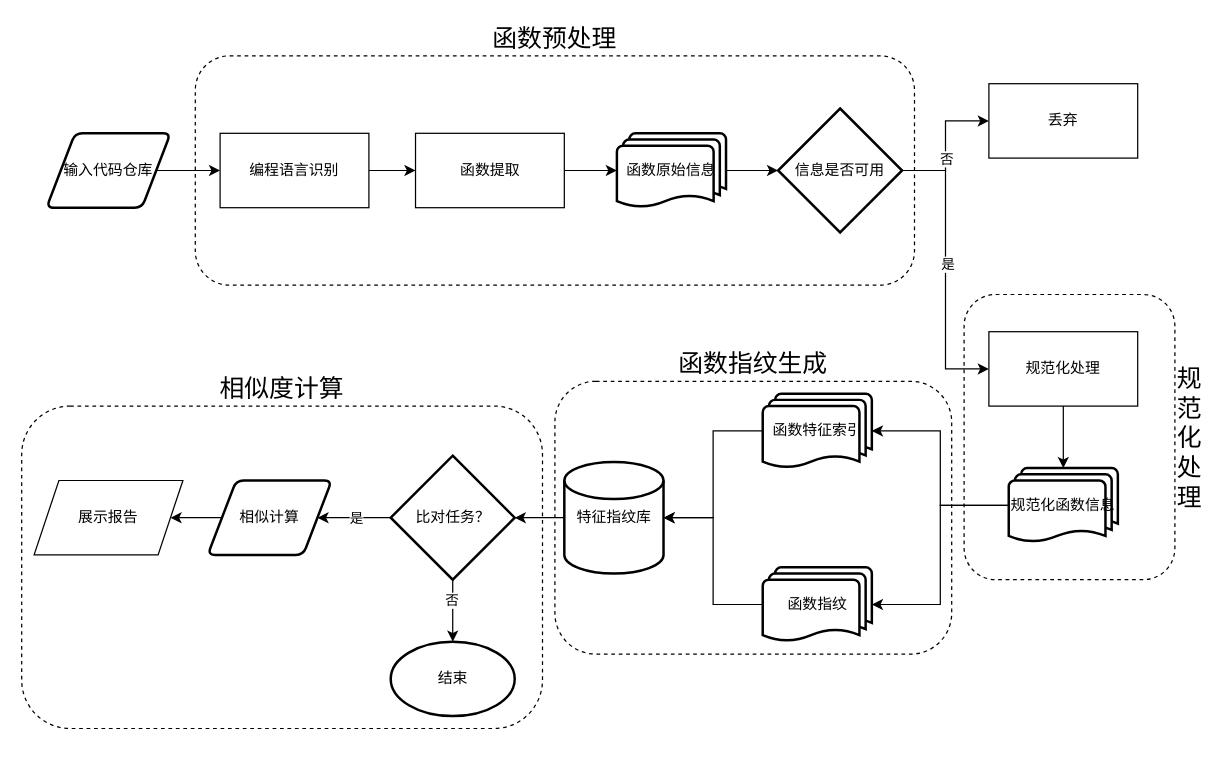
This is 设计流程图.drawio from wanghaoxu001/cloudimg, a draw.io file, before an edit. Source tidied: cells renumbered, new cells numbered last; positions are measured from the earlier drawing's top-left corner, leaving out a move shared by most shapes. Both pictures are drawn from the tidied source at 124%, with x=0, y=0 at pixel (21, 56).
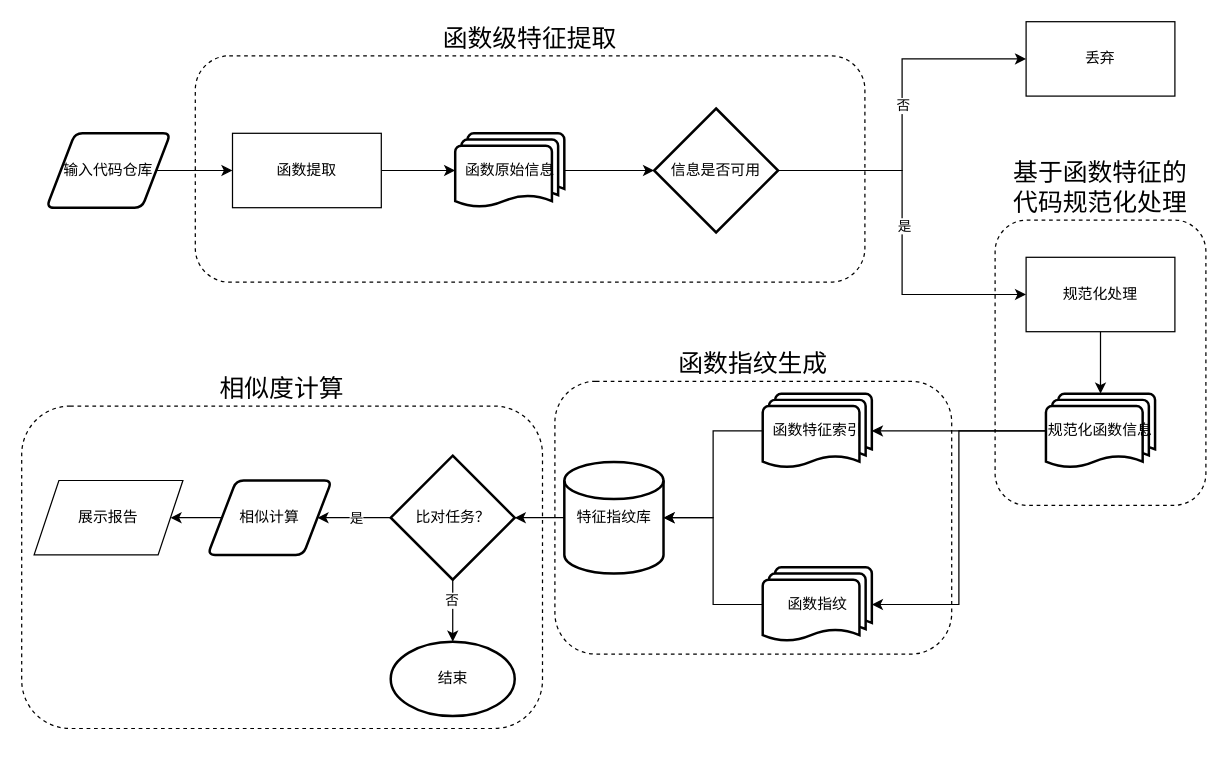
Above is the later version.

Commit message:
更新设计流程图.drawio

Unchanged cells that the change refers to:
```xml
<mxCell id="36" value="输入代码仓库" style="shape=parallelogram;html=1;strokeWidth=2;perimeter=parallelogramPerimeter;whiteSpace=wrap;rounded=1;arcSize=12;size=0.23;" parent="1" vertex="1">
  <mxGeometry x="20" y="62" width="100" height="60" as="geometry" />
</mxCell>
```

Diff of the diagram source:
```diff
@@
-    <mxCell id="4" value="规&lt;br&gt;范&lt;br&gt;化&lt;br&gt;处&lt;br&gt;理" style="rounded=1;whiteSpace=wrap;html=1;dashed=1;fontSize=20;labelPosition=right;verticalLabelPosition=middle;align=left;verticalAlign=middle;" parent="1" vertex="1">
-      <mxGeometry x="760" y="192" width="170" height="230" as="geometry" />
+    <mxCell id="4" value="基于函数特征的&lt;br&gt;代码规范化处理&lt;span style=&quot;font-size: medium;&quot;&gt;&lt;/span&gt;" style="rounded=1;html=1;dashed=1;fontSize=20;labelPosition=center;verticalLabelPosition=top;align=center;verticalAlign=bottom;horizontal=1;whiteSpace=wrap;" parent="1" vertex="1">
+      <mxGeometry x="785" y="132" width="170" height="230" as="geometry" />
     </mxCell>
-    <mxCell id="5" value="函数预处理" style="rounded=1;whiteSpace=wrap;html=1;dashed=1;labelPosition=center;verticalLabelPosition=top;align=center;verticalAlign=bottom;fontSize=20;" parent="1" vertex="1">
-      <mxGeometry x="140" y="-0.5" width="580" height="185" as="geometry" />
+    <mxCell id="5" value="函数级特征提取&lt;span style=&quot;font-size: medium; text-align: start;&quot;&gt;&lt;/span&gt;" style="rounded=1;whiteSpace=wrap;html=1;dashed=1;labelPosition=center;verticalLabelPosition=top;align=center;verticalAlign=bottom;fontSize=20;" parent="1" vertex="1">
+      <mxGeometry x="140" y="-0.5" width="540" height="182.5" as="geometry" />
     </mxCell>
@@
     <mxCell id="7" value="函数原始信息" style="strokeWidth=2;html=1;shape=mxgraph.flowchart.multi-document;whiteSpace=wrap;" parent="1" vertex="1">
-      <mxGeometry x="480" y="62" width="88" height="60" as="geometry" />
+      <mxGeometry x="349.6" y="62" width="88" height="60" as="geometry" />
     </mxCell>
     <mxCell id="8" style="edgeStyle=orthogonalEdgeStyle;rounded=0;jettySize=auto;html=1;entryX=0;entryY=0.5;entryDx=0;entryDy=0;" parent="1" edge="1" source="12" target="32">
-      <mxGeometry relative="1" as="geometry" />
+      <mxGeometry relative="1" as="geometry">
+        <Array as="points">
+          <mxPoint x="710" y="92" />
+          <mxPoint x="710" y="2" />
+        </Array>
+      </mxGeometry>
     </mxCell>
@@
     <mxCell id="10" style="edgeStyle=orthogonalEdgeStyle;rounded=0;jettySize=auto;html=1;entryX=0;entryY=0.5;entryDx=0;entryDy=0;" parent="1" edge="1" source="12" target="34">
-      <mxGeometry relative="1" as="geometry" />
+      <mxGeometry relative="1" as="geometry">
+        <Array as="points">
+          <mxPoint x="710" y="92" />
+          <mxPoint x="710" y="192" />
+        </Array>
+      </mxGeometry>
     </mxCell>
@@
     <mxCell id="12" value="信息是否可用" style="strokeWidth=2;html=1;shape=mxgraph.flowchart.decision;whiteSpace=wrap;" parent="1" vertex="1">
-      <mxGeometry x="610" y="42" width="100" height="100" as="geometry" />
+      <mxGeometry x="510" y="42" width="100" height="100" as="geometry" />
     </mxCell>
@@
     <mxCell id="15" value="规范化函数信息" style="strokeWidth=2;html=1;shape=mxgraph.flowchart.multi-document;whiteSpace=wrap;" parent="1" vertex="1">
-      <mxGeometry x="796" y="332" width="88" height="60" as="geometry" />
+      <mxGeometry x="826" y="272" width="88" height="60" as="geometry" />
     </mxCell>
@@
     <mxCell id="31" value="函数提取" style="rounded=0;whiteSpace=wrap;html=1;" parent="1" vertex="1">
-      <mxGeometry x="317.6" y="62" width="120" height="60" as="geometry" />
+      <mxGeometry x="170" y="62" width="120" height="60" as="geometry" />
     </mxCell>
     <mxCell id="32" value="丢弃" style="rounded=0;whiteSpace=wrap;html=1;" parent="1" vertex="1">
-      <mxGeometry x="780" y="22" width="120" height="60" as="geometry" />
+      <mxGeometry x="810" y="-28" width="120" height="60" as="geometry" />
     </mxCell>
@@
     <mxCell id="34" value="规范化处理" style="rounded=0;whiteSpace=wrap;html=1;" parent="1" vertex="1">
-      <mxGeometry x="780" y="222" width="120" height="60" as="geometry" />
+      <mxGeometry x="810" y="162" width="120" height="60" as="geometry" />
     </mxCell>
-    <mxCell id="35" style="edgeStyle=orthogonalEdgeStyle;rounded=0;jettySize=auto;html=1;" parent="1" edge="1" source="36" target="39">
-      <mxGeometry relative="1" as="geometry" />
-    </mxCell>
+    <mxCell id="41" style="edgeStyle=orthogonalEdgeStyle;rounded=0;jettySize=auto;html=1;exitX=1;exitY=0.5;exitDx=0;exitDy=0;entryX=0;entryY=0.5;entryDx=0;entryDy=0;" parent="1" edge="1" source="36" target="31">
+      <mxGeometry relative="1" as="geometry" />
+    </mxCell>
@@
-    <mxCell id="38" style="edgeStyle=orthogonalEdgeStyle;rounded=0;jettySize=auto;html=1;" parent="1" edge="1" source="39" target="31">
-      <mxGeometry relative="1" as="geometry" />
-    </mxCell>
-    <mxCell id="39" value="编程语言识别" style="rounded=0;whiteSpace=wrap;html=1;" parent="1" vertex="1">
-      <mxGeometry x="160" y="62" width="120" height="60" as="geometry" />
-    </mxCell>
```
